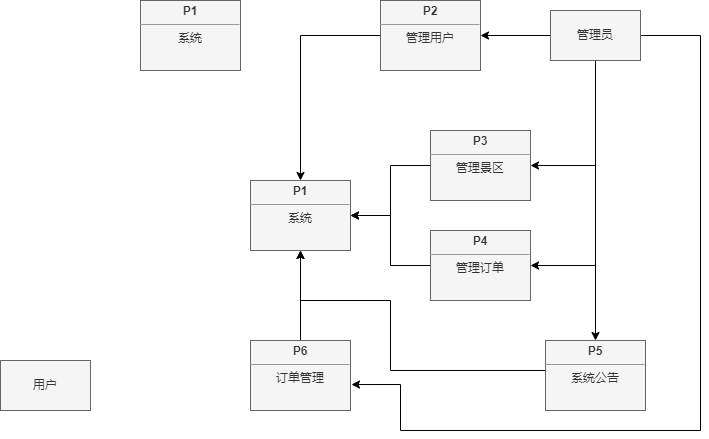
The draw.io diagram sql/系统数据流图（顶层）.png in ren9901/tourism-j2ee-wx, before a commit. Source tidied: cells renumbered, new cells last; positions are measured from the earlier drawing's top-left corner, leaving out a move shared by most shapes.
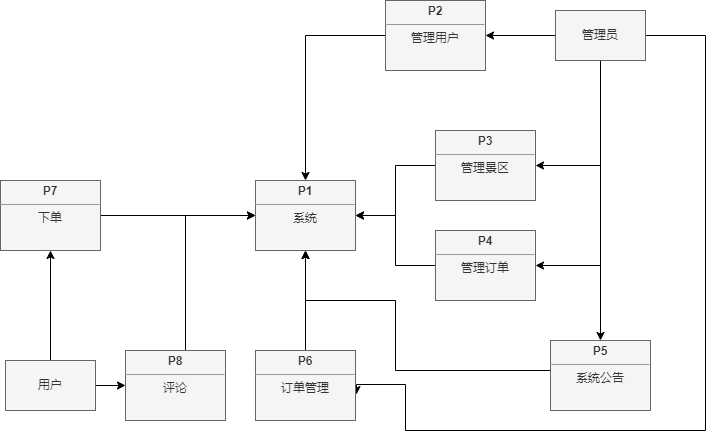
Later version of the same file.

Commit message:
更新系统数据流图（顶层）.png

The edit, as a diff of the source:
```diff
@@ -5,6 +5,12 @@
     <mxCell id="2" value="&lt;p style=&quot;margin:0px;margin-top:4px;text-align:center;&quot;&gt;&lt;b&gt;P1&lt;/b&gt;&lt;/p&gt;&lt;hr size=&quot;1&quot;&gt;&lt;div style=&quot;text-align: center; height: 2px;&quot;&gt;系统&lt;/div&gt;" style="verticalAlign=top;align=left;overflow=fill;fontSize=12;fontFamily=Helvetica;html=1;whiteSpace=wrap;fillColor=#f5f5f5;fontColor=#333333;strokeColor=#666666;" parent="1" vertex="1">
       <mxGeometry x="250" y="180" width="100" height="70" as="geometry" />
     </mxCell>
+    <mxCell id="21" style="edgeStyle=orthogonalEdgeStyle;rounded=0;jettySize=auto;html=1;exitX=0.5;exitY=0;exitDx=0;exitDy=0;" parent="1" edge="1" source="3" target="18">
+      <mxGeometry relative="1" as="geometry" />
+    </mxCell>
+    <mxCell id="22" style="edgeStyle=orthogonalEdgeStyle;rounded=0;jettySize=auto;html=1;entryX=0;entryY=0.5;entryDx=0;entryDy=0;" parent="1" edge="1" source="3" target="25">
+      <mxGeometry relative="1" as="geometry" />
+    </mxCell>
     <mxCell id="3" value="用户" style="html=1;whiteSpace=wrap;fillColor=#f5f5f5;strokeColor=#666666;fontColor=#333333;" parent="1" vertex="1">
       <mxGeometry y="360" width="90" height="50" as="geometry" />
     </mxCell>
@@ -63,10 +69,13 @@
       <mxGeometry relative="1" as="geometry" />
     </mxCell>
     <mxCell id="17" value="&lt;p style=&quot;margin:0px;margin-top:4px;text-align:center;&quot;&gt;&lt;b&gt;P6&lt;/b&gt;&lt;/p&gt;&lt;hr size=&quot;1&quot;&gt;&lt;div style=&quot;text-align: center; height: 2px;&quot;&gt;订单管理&lt;/div&gt;" style="verticalAlign=top;align=left;overflow=fill;fontSize=12;fontFamily=Helvetica;html=1;whiteSpace=wrap;fillColor=#f5f5f5;fontColor=#333333;strokeColor=#666666;" parent="1" vertex="1">
-      <mxGeometry x="250" y="340" width="100" height="70" as="geometry" />
+      <mxGeometry x="250" y="350" width="100" height="70" as="geometry" />
     </mxCell>
+    <mxCell id="23" style="edgeStyle=orthogonalEdgeStyle;rounded=0;jettySize=auto;html=1;" parent="1" edge="1" source="18" target="2">
+      <mxGeometry relative="1" as="geometry" />
+    </mxCell>
-    <mxCell id="18" value="&lt;p style=&quot;margin:0px;margin-top:4px;text-align:center;&quot;&gt;&lt;b&gt;P1&lt;/b&gt;&lt;/p&gt;&lt;hr size=&quot;1&quot;&gt;&lt;div style=&quot;text-align: center; height: 2px;&quot;&gt;系统&lt;/div&gt;" style="verticalAlign=top;align=left;overflow=fill;fontSize=12;fontFamily=Helvetica;html=1;whiteSpace=wrap;fillColor=#f5f5f5;fontColor=#333333;strokeColor=#666666;" parent="1" vertex="1">
-      <mxGeometry x="140" width="100" height="70" as="geometry" />
+    <mxCell id="18" value="&lt;p style=&quot;margin:0px;margin-top:4px;text-align:center;&quot;&gt;&lt;b&gt;P7&lt;/b&gt;&lt;/p&gt;&lt;hr size=&quot;1&quot;&gt;&lt;div style=&quot;text-align: center; height: 2px;&quot;&gt;下单&lt;/div&gt;" style="verticalAlign=top;align=left;overflow=fill;fontSize=12;fontFamily=Helvetica;html=1;whiteSpace=wrap;fillColor=#f5f5f5;fontColor=#333333;strokeColor=#666666;" parent="1" vertex="1">
+      <mxGeometry x="-5" y="180" width="100" height="70" as="geometry" />
     </mxCell>
     <mxCell id="19" style="edgeStyle=orthogonalEdgeStyle;rounded=0;jettySize=auto;html=1;entryX=0.5;entryY=1;entryDx=0;entryDy=0;" parent="1" edge="1" source="20" target="2">
       <mxGeometry relative="1" as="geometry">
@@ -80,5 +89,15 @@
     <mxCell id="20" value="&lt;p style=&quot;margin:0px;margin-top:4px;text-align:center;&quot;&gt;&lt;b&gt;P5&lt;/b&gt;&lt;/p&gt;&lt;hr size=&quot;1&quot;&gt;&lt;div style=&quot;text-align: center; height: 2px;&quot;&gt;系统公告&lt;/div&gt;" style="verticalAlign=top;align=left;overflow=fill;fontSize=12;fontFamily=Helvetica;html=1;whiteSpace=wrap;fillColor=#f5f5f5;fontColor=#333333;strokeColor=#666666;" parent="1" vertex="1">
       <mxGeometry x="545" y="340" width="100" height="70" as="geometry" />
     </mxCell>
+    <mxCell id="24" style="edgeStyle=orthogonalEdgeStyle;rounded=0;jettySize=auto;html=1;" parent="1" edge="1" source="25" target="2">
+      <mxGeometry relative="1" as="geometry">
+        <Array as="points">
+          <mxPoint x="180" y="215" />
+        </Array>
+      </mxGeometry>
+    </mxCell>
+    <mxCell id="25" value="&lt;p style=&quot;margin:0px;margin-top:4px;text-align:center;&quot;&gt;&lt;b&gt;P8&lt;/b&gt;&lt;/p&gt;&lt;hr size=&quot;1&quot;&gt;&lt;div style=&quot;text-align: center; height: 2px;&quot;&gt;评论&lt;/div&gt;" style="verticalAlign=top;align=left;overflow=fill;fontSize=12;fontFamily=Helvetica;html=1;whiteSpace=wrap;fillColor=#f5f5f5;fontColor=#333333;strokeColor=#666666;" parent="1" vertex="1">
+      <mxGeometry x="120" y="350" width="100" height="70" as="geometry" />
+    </mxCell>
   </root>
 </mxGraphModel>
```
